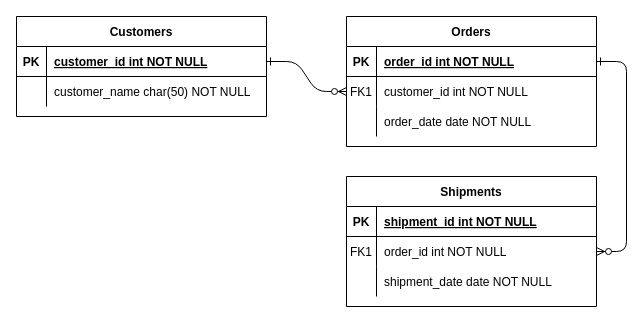
The draw.io diagram Untitled Diagram.drawio in cadoca1/dataproject2, before the edit. Source tidied: cells renumbered, new cells numbered last; positions are measured from the earlier drawing's top-left corner, leaving out a move shared by most shapes. Both pictures are drawn from the tidied source at 100%, with x=0, y=0 at pixel (16, 16).
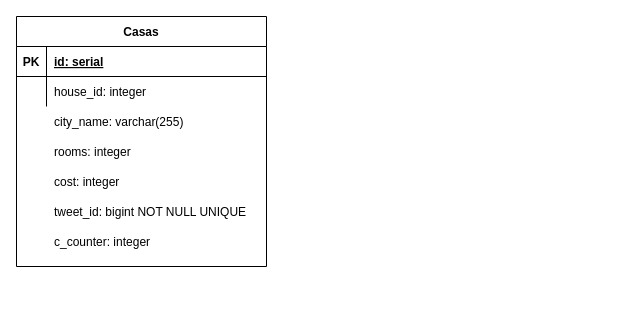
Above is the later version.

Unchanged cells that the change refers to:
```xml
<mxCell id="25" style="shape=partialRectangle;fillColor=none;points=[[0,0.5],[1,0.5]];portConstraint=eastwest;top=0;left=0;right=0;bottom=1;" parent="24" vertex="1">
  <mxGeometry y="30" width="250" height="30" as="geometry" />
</mxCell>
<mxCell id="28" style="shape=partialRectangle;fillColor=none;top=0;left=0;right=0;bottom=0;" parent="24" vertex="1">
  <mxGeometry y="60" width="250" height="30" as="geometry" />
</mxCell>
```

Change to the diagram source:
```diff
@@
-    <mxCell id="2" style="edgeStyle=entityRelationEdgeStyle;endArrow=ERzeroToMany;startArrow=ERone;endFill=1;startFill=0;" parent="1" edge="1" source="25" target="8">
-      <mxGeometry relative="1" as="geometry" />
-    </mxCell>
-    <mxCell id="3" style="edgeStyle=entityRelationEdgeStyle;endArrow=ERzeroToMany;startArrow=ERone;endFill=1;startFill=0;" parent="1" edge="1" source="5" target="18">
-      <mxGeometry relative="1" as="geometry" />
-    </mxCell>
-    <mxCell id="4" value="Orders" style="shape=table;startSize=30;childLayout=tableLayout;rowLines=0;fontStyle=1;align=center;" parent="1" vertex="1">
-      <mxGeometry x="330" width="250" height="130" as="geometry" />
-    </mxCell>
-    <mxCell id="5" style="shape=partialRectangle;fillColor=none;points=[[0,0.5],[1,0.5]];portConstraint=eastwest;top=0;left=0;right=0;bottom=1;" parent="4" vertex="1">
-      <mxGeometry y="30" width="250" height="30" as="geometry" />
-    </mxCell>
-    <mxCell id="6" value="PK" style="shape=partialRectangle;overflow=hidden;fillColor=none;top=0;left=0;bottom=0;right=0;fontStyle=1;" parent="5" vertex="1">
-      <mxGeometry width="30" height="30" as="geometry" />
-    </mxCell>
-    <mxCell id="7" value="order_id int NOT NULL " style="shape=partialRectangle;overflow=hidden;fillColor=none;top=0;left=0;bottom=0;right=0;align=left;spacingLeft=6;fontStyle=5;" parent="5" vertex="1">
-      <mxGeometry x="30" width="220" height="30" as="geometry" />
-    </mxCell>
-    <mxCell id="8" style="shape=partialRectangle;fillColor=none;points=[[0,0.5],[1,0.5]];portConstraint=eastwest;top=0;left=0;right=0;bottom=0;" parent="4" vertex="1">
-      <mxGeometry y="60" width="250" height="30" as="geometry" />
-    </mxCell>
-    <mxCell id="9" value="FK1" style="shape=partialRectangle;overflow=hidden;fillColor=none;top=0;left=0;bottom=0;right=0;" parent="8" vertex="1">
-      <mxGeometry width="30" height="30" as="geometry" />
-    </mxCell>
-    <mxCell id="10" value="customer_id int NOT NULL" style="shape=partialRectangle;overflow=hidden;fillColor=none;top=0;left=0;bottom=0;right=0;align=left;spacingLeft=6;" parent="8" vertex="1">
-      <mxGeometry x="30" width="220" height="30" as="geometry" />
-    </mxCell>
-    <mxCell id="11" style="shape=partialRectangle;fillColor=none;top=0;left=0;right=0;bottom=0;" parent="4" vertex="1">
-      <mxGeometry y="90" width="250" height="30" as="geometry" />
-    </mxCell>
-    <mxCell id="12" style="shape=partialRectangle;overflow=hidden;fillColor=none;top=0;left=0;bottom=0;right=0;" parent="11" vertex="1">
-      <mxGeometry width="30" height="30" as="geometry" />
-    </mxCell>
-    <mxCell id="13" value="order_date date NOT NULL" style="shape=partialRectangle;overflow=hidden;fillColor=none;top=0;left=0;bottom=0;right=0;align=left;spacingLeft=6;" parent="11" vertex="1">
-      <mxGeometry x="30" width="220" height="30" as="geometry" />
-    </mxCell>
-    <mxCell id="14" value="Shipments" style="shape=table;startSize=30;childLayout=tableLayout;rowLines=0;fontStyle=1;align=center;" parent="1" vertex="1">
-      <mxGeometry x="330" y="160" width="250" height="130" as="geometry" />
-    </mxCell>
-    <mxCell id="15" style="shape=partialRectangle;fillColor=none;top=0;left=0;right=0;bottom=1;" parent="14" vertex="1">
-      <mxGeometry y="30" width="250" height="30" as="geometry" />
-    </mxCell>
-    <mxCell id="16" value="PK" style="shape=partialRectangle;overflow=hidden;fillColor=none;top=0;left=0;bottom=0;right=0;fontStyle=1;" parent="15" vertex="1">
-      <mxGeometry width="30" height="30" as="geometry" />
-    </mxCell>
-    <mxCell id="17" value="shipment_id int NOT NULL " style="shape=partialRectangle;overflow=hidden;fillColor=none;top=0;left=0;bottom=0;right=0;align=left;spacingLeft=6;fontStyle=5;" parent="15" vertex="1">
-      <mxGeometry x="30" width="220" height="30" as="geometry" />
-    </mxCell>
-    <mxCell id="18" style="shape=partialRectangle;fillColor=none;points=[[0,0.5],[1,0.5]];portConstraint=eastwest;top=0;left=0;right=0;bottom=0;" parent="14" vertex="1">
-      <mxGeometry y="60" width="250" height="30" as="geometry" />
-    </mxCell>
-    <mxCell id="19" value="FK1" style="shape=partialRectangle;overflow=hidden;fillColor=none;top=0;left=0;bottom=0;right=0;" parent="18" vertex="1">
-      <mxGeometry width="30" height="30" as="geometry" />
-    </mxCell>
-    <mxCell id="20" value="order_id int NOT NULL" style="shape=partialRectangle;overflow=hidden;fillColor=none;top=0;left=0;bottom=0;right=0;align=left;spacingLeft=6;" parent="18" vertex="1">
-      <mxGeometry x="30" width="220" height="30" as="geometry" />
-    </mxCell>
-    <mxCell id="21" style="shape=partialRectangle;fillColor=none;top=0;left=0;right=0;bottom=0;" parent="14" vertex="1">
-      <mxGeometry y="90" width="250" height="30" as="geometry" />
-    </mxCell>
-    <mxCell id="22" style="shape=partialRectangle;overflow=hidden;fillColor=none;top=0;left=0;bottom=0;right=0;" parent="21" vertex="1">
-      <mxGeometry width="30" height="30" as="geometry" />
-    </mxCell>
-    <mxCell id="23" value="shipment_date date NOT NULL" style="shape=partialRectangle;overflow=hidden;fillColor=none;top=0;left=0;bottom=0;right=0;align=left;spacingLeft=6;" parent="21" vertex="1">
-      <mxGeometry x="30" width="220" height="30" as="geometry" />
-    </mxCell>
-    <mxCell id="24" value="Customers" style="shape=table;startSize=30;childLayout=tableLayout;rowLines=0;fontStyle=1;align=center;" parent="1" vertex="1">
-      <mxGeometry width="250" height="100" as="geometry" />
+    <mxCell id="24" value="Casas" style="shape=table;startSize=30;childLayout=tableLayout;rowLines=0;fontStyle=1;align=center;" parent="1" vertex="1">
+      <mxGeometry width="250" height="250" as="geometry" />
     </mxCell>
@@
-    <mxCell id="27" value="customer_id int NOT NULL " style="shape=partialRectangle;overflow=hidden;fillColor=none;top=0;left=0;bottom=0;right=0;align=left;spacingLeft=6;fontStyle=5;" parent="25" vertex="1">
+    <mxCell id="27" value="id: serial" style="shape=partialRectangle;overflow=hidden;fillColor=none;top=0;left=0;bottom=0;right=0;align=left;spacingLeft=6;fontStyle=5;" parent="25" vertex="1">
       <mxGeometry x="30" width="220" height="30" as="geometry" />
     </mxCell>
@@
-    <mxCell id="30" value="customer_name char(50) NOT NULL" style="shape=partialRectangle;overflow=hidden;fillColor=none;top=0;left=0;bottom=0;right=0;align=left;spacingLeft=6;" parent="28" vertex="1">
+    <mxCell id="30" value="house_id: integer" style="shape=partialRectangle;overflow=hidden;fillColor=none;top=0;left=0;bottom=0;right=0;align=left;spacingLeft=6;" parent="28" vertex="1">
       <mxGeometry x="30" width="220" height="30" as="geometry" />
     </mxCell>
+    <mxCell id="31" value="city_name: varchar(255)" style="shape=partialRectangle;overflow=hidden;fillColor=none;top=0;left=0;bottom=0;right=0;align=left;spacingLeft=6;" parent="1" vertex="1">
+      <mxGeometry x="30" y="90" width="220" height="30" as="geometry" />
+    </mxCell>
+    <mxCell id="32" value="rooms: integer" style="shape=partialRectangle;overflow=hidden;fillColor=none;top=0;left=0;bottom=0;right=0;align=left;spacingLeft=6;" parent="1" vertex="1">
+      <mxGeometry x="30" y="120" width="220" height="30" as="geometry" />
+    </mxCell>
+    <mxCell id="33" value="cost: integer" style="shape=partialRectangle;overflow=hidden;fillColor=none;top=0;left=0;bottom=0;right=0;align=left;spacingLeft=6;" parent="1" vertex="1">
+      <mxGeometry x="30" y="150" width="220" height="30" as="geometry" />
+    </mxCell>
+    <mxCell id="34" value="c_counter: integer" style="shape=partialRectangle;overflow=hidden;fillColor=none;top=0;left=0;bottom=0;right=0;align=left;spacingLeft=6;" parent="1" vertex="1">
+      <mxGeometry x="30" y="210" width="220" height="30" as="geometry" />
+    </mxCell>
+    <mxCell id="35" value="tweet_id: bigint NOT NULL UNIQUE" style="shape=partialRectangle;overflow=hidden;fillColor=none;top=0;left=0;bottom=0;right=0;align=left;spacingLeft=6;" parent="1" vertex="1">
+      <mxGeometry x="30" y="180" width="220" height="30" as="geometry" />
+    </mxCell>
```
